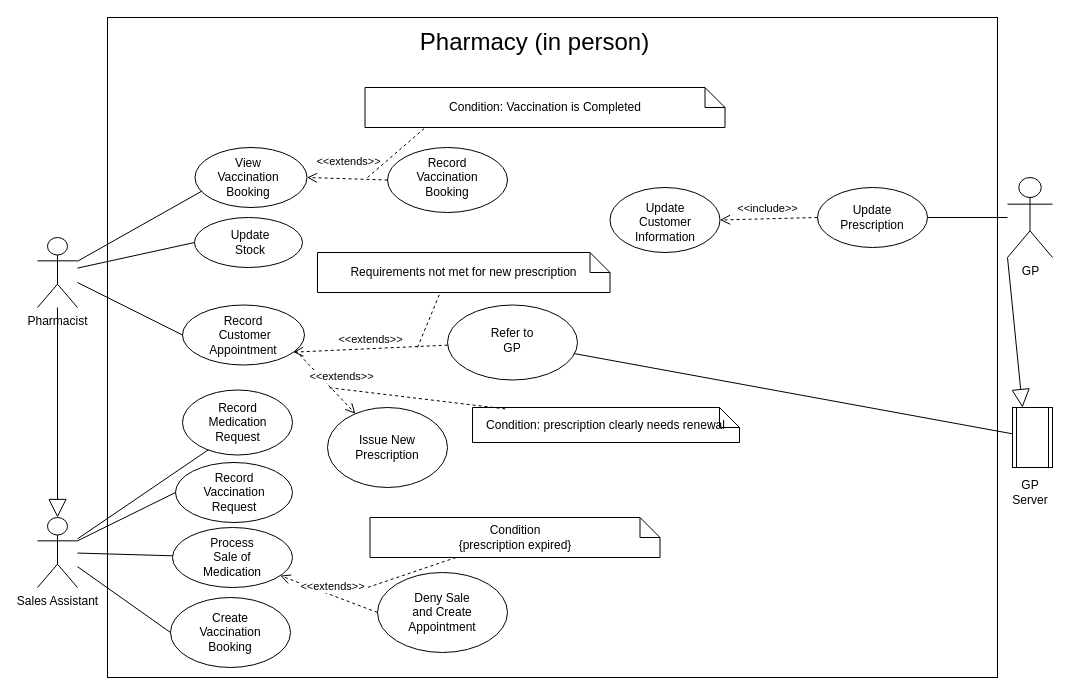
This is PharmacyUseCase.drawio from iitzzBenny/Group6D--Pharmacy--UseCaseDiagram, a draw.io file, before an edit. Source tidied: cells renumbered, new cells numbered last; positions are measured from the earlier drawing's top-left corner, leaving out a move shared by most shapes. Both pictures are drawn from the tidied source at 100%, with x=0, y=0 at pixel (37, 17).
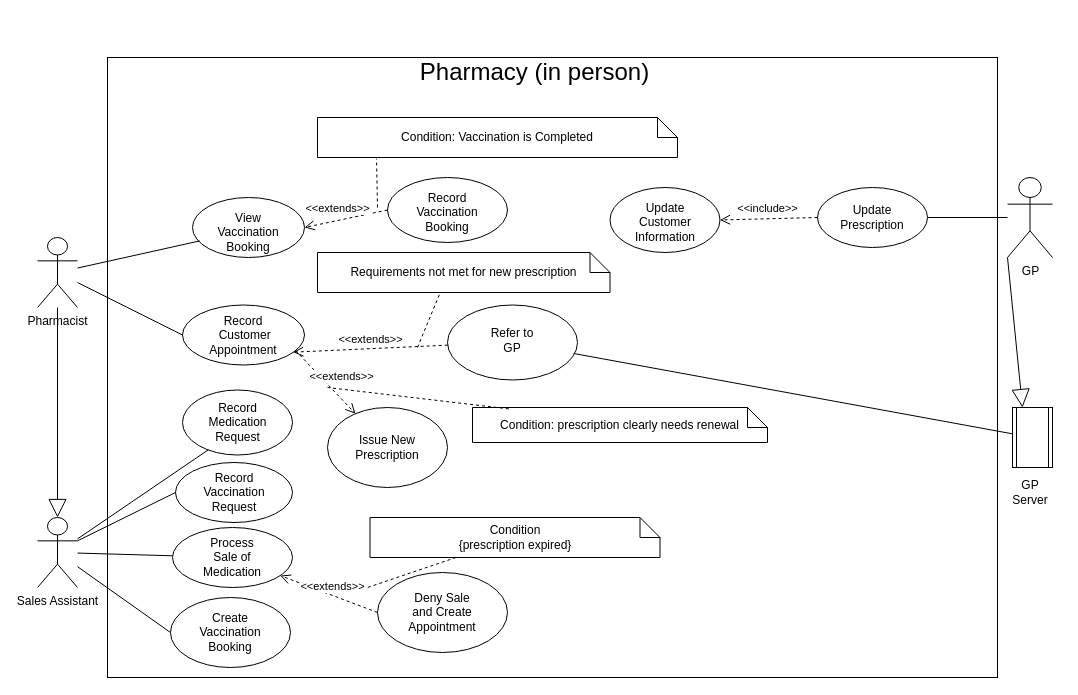
The same diagram, later.

Commit message:
Updated Pharmacy Use Case

The change refers to these unchanged cells:
```xml
<mxCell id="6" value="Pharmacist" style="shape=umlActor;verticalLabelPosition=bottom;verticalAlign=top;html=1;outlineConnect=0;" parent="1" vertex="1">
  <mxGeometry y="220" width="40" height="70" as="geometry" />
</mxCell>
```

Change to the diagram source:
```diff
@@
     <mxCell id="2" style="rounded=0;whiteSpace=wrap;html=1;" parent="1" vertex="1">
-      <mxGeometry x="70" width="890" height="660" as="geometry" />
+      <mxGeometry x="70" y="40" width="890" height="620" as="geometry" />
     </mxCell>
     <mxCell id="3" value="&lt;font style=&quot;font-size: 24px;&quot;&gt;Pharmacy (in person)&lt;/font&gt;" style="text;html=1;strokeColor=none;fillColor=none;align=center;verticalAlign=middle;whiteSpace=wrap;rounded=0;" parent="1" vertex="1">
-      <mxGeometry x="350" y="10" width="295" height="30" as="geometry" />
+      <mxGeometry x="350" y="40" width="295" height="30" as="geometry" />
     </mxCell>
@@
-    <mxCell id="26" style="ellipse;whiteSpace=wrap;html=1;" parent="1" vertex="1">
-      <mxGeometry x="157" y="200" width="108" height="50" as="geometry" />
-    </mxCell>
-    <mxCell id="27" style="endArrow=none;html=1;rounded=0;entryX=0;entryY=0.5;entryDx=0;entryDy=0;" parent="1" edge="1" source="6" target="26">
-      <mxGeometry relative="1" as="geometry" />
-    </mxCell>
-    <mxCell id="28" value="Update Stock" style="text;html=1;strokeColor=none;fillColor=none;align=center;verticalAlign=middle;whiteSpace=wrap;rounded=0;" parent="1" vertex="1">
-      <mxGeometry x="182.5" y="210" width="60" height="30" as="geometry" />
-    </mxCell>
     <mxCell id="29" style="ellipse;whiteSpace=wrap;html=1;" parent="1" vertex="1">
-      <mxGeometry x="157.5" y="130" width="112" height="60" as="geometry" />
+      <mxGeometry x="155" y="180" width="112" height="60" as="geometry" />
     </mxCell>
@@
     <mxCell id="31" value="View&lt;br&gt;Vaccination Booking" style="text;html=1;strokeColor=none;fillColor=none;align=center;verticalAlign=middle;whiteSpace=wrap;rounded=0;" parent="1" vertex="1">
-      <mxGeometry x="181" y="145" width="60" height="30" as="geometry" />
+      <mxGeometry x="181" y="200" width="60" height="30" as="geometry" />
     </mxCell>
     <mxCell id="32" style="ellipse;whiteSpace=wrap;html=1;" parent="1" vertex="1">
-      <mxGeometry x="350" y="130" width="120" height="65" as="geometry" />
+      <mxGeometry x="350" y="160" width="120" height="65" as="geometry" />
     </mxCell>
     <mxCell id="33" value="Record Vaccination Booking" style="text;html=1;strokeColor=none;fillColor=none;align=center;verticalAlign=middle;whiteSpace=wrap;rounded=0;" parent="1" vertex="1">
-      <mxGeometry x="380" y="150" width="60" height="20" as="geometry" />
+      <mxGeometry x="380" y="185" width="60" height="20" as="geometry" />
     </mxCell>
     <mxCell id="34" value="&amp;lt;&amp;lt;extends&amp;gt;&amp;gt;" style="html=1;verticalAlign=bottom;endArrow=open;dashed=1;endSize=8;rounded=0;entryX=1;entryY=0.5;entryDx=0;entryDy=0;exitX=0;exitY=0.5;exitDx=0;exitDy=0;" parent="1" edge="1" source="32" target="29">
-      <mxGeometry x="-0.03" y="-8" relative="1" as="geometry" />
+      <mxGeometry x="0.19" y="-3" relative="1" as="geometry" />
     </mxCell>
@@
     <mxCell id="46" value="Condition: Vaccination is Completed" style="shape=note;size=20;whiteSpace=wrap;html=1;" parent="1" vertex="1">
-      <mxGeometry x="327.5" y="70" width="360" height="40" as="geometry" />
+      <mxGeometry x="280" y="100" width="360" height="40" as="geometry" />
     </mxCell>
     <mxCell id="47" style="endArrow=none;dashed=1;html=1;rounded=0;entryX=0.164;entryY=1.029;entryDx=0;entryDy=0;entryPerimeter=0;" parent="1" edge="1" target="46">
       <mxGeometry relative="1" as="geometry">
-        <mxPoint x="330" y="160" as="sourcePoint" />
+        <mxPoint x="340" y="190" as="sourcePoint" />
       </mxGeometry>
     </mxCell>
@@
     <mxCell id="51" value="Condition: prescription clearly needs renewal" style="shape=note;size=20;whiteSpace=wrap;html=1;" parent="1" vertex="1">
-      <mxGeometry x="435" y="390" width="267" height="35" as="geometry" />
+      <mxGeometry x="435" y="390" width="295" height="35" as="geometry" />
     </mxCell>
```
